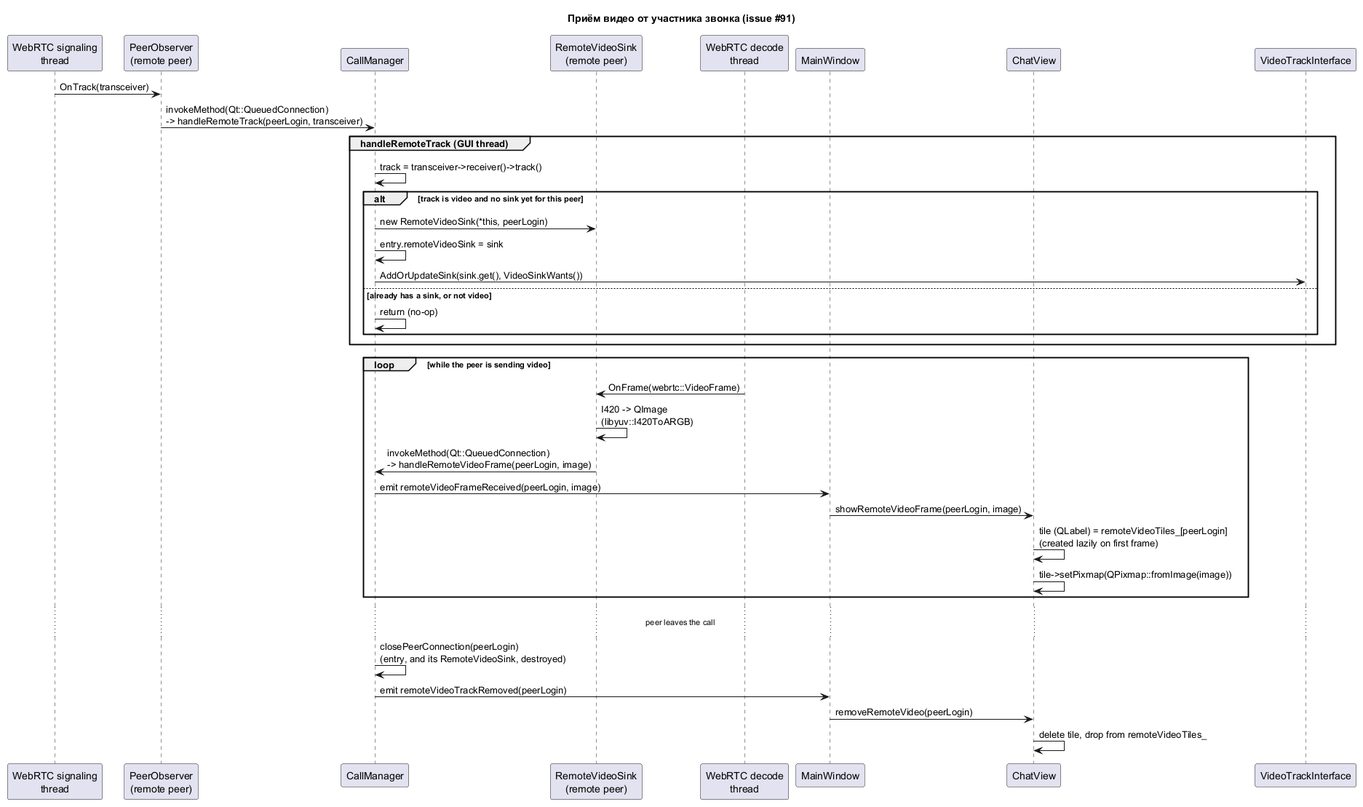
NekrasovIS/Exp keeps this PlantUML diagram as docs/diagrams/call-video-receive-sequence.png. Above is the earlier version.
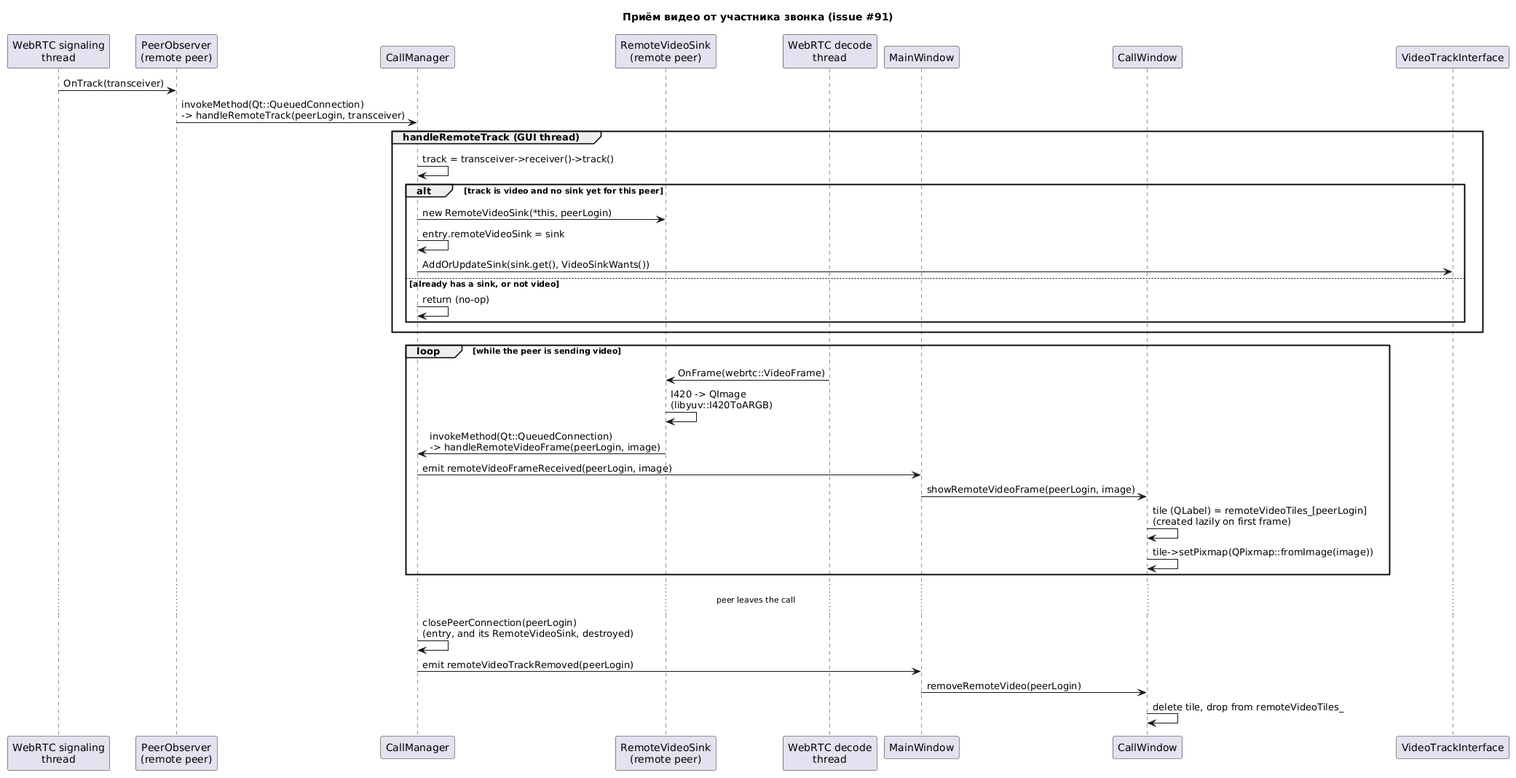
Above is the later version.

What changed in the source:
```diff
@@ -7,7 +7,7 @@
 participant "RemoteVideoSink\n(remote peer)" as Sink
 participant "WebRTC decode\nthread" as Decode
 participant MainWindow
-participant ChatView
+participant CallWindow
 
 Signaling -> Observer : OnTrack(transceiver)
 Observer -> CallManager : invokeMethod(Qt::QueuedConnection)\n-> handleRemoteTrack(peerLogin, transceiver)
@@ -28,15 +28,15 @@
   Sink -> Sink : I420 -> QImage\n(libyuv::I420ToARGB)
   Sink -> CallManager : invokeMethod(Qt::QueuedConnection)\n-> handleRemoteVideoFrame(peerLogin, image)
   CallManager -> MainWindow : emit remoteVideoFrameReceived(peerLogin, image)
-  MainWindow -> ChatView : showRemoteVideoFrame(peerLogin, image)
-  ChatView -> ChatView : tile (QLabel) = remoteVideoTiles_[peerLogin]\n(created lazily on first frame)
-  ChatView -> ChatView : tile->setPixmap(QPixmap::fromImage(image))
+  MainWindow -> CallWindow : showRemoteVideoFrame(peerLogin, image)
+  CallWindow -> CallWindow : tile (QLabel) = remoteVideoTiles_[peerLogin]\n(created lazily on first frame)
+  CallWindow -> CallWindow : tile->setPixmap(QPixmap::fromImage(image))
 end
 
 ... peer leaves the call ...
 CallManager -> CallManager : closePeerConnection(peerLogin)\n(entry, and its RemoteVideoSink, destroyed)
 CallManager -> MainWindow : emit remoteVideoTrackRemoved(peerLogin)
-MainWindow -> ChatView : removeRemoteVideo(peerLogin)
-ChatView -> ChatView : delete tile, drop from remoteVideoTiles_
+MainWindow -> CallWindow : removeRemoteVideo(peerLogin)
+CallWindow -> CallWindow : delete tile, drop from remoteVideoTiles_
 
 @enduml
```
